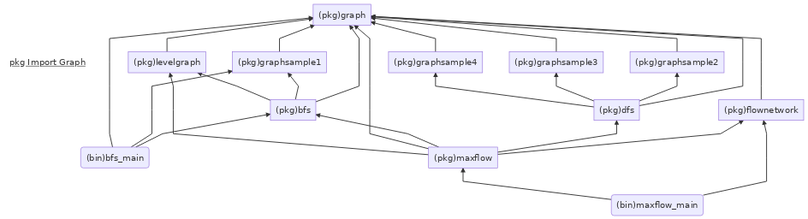
wangyoucao577/algorithms_practice keeps this Mermaid diagram as golang_pkg_import_graph.mmd.png. Above is the earlier version. Its source is kept beside it as golang_pkg_import_graph.mmd.
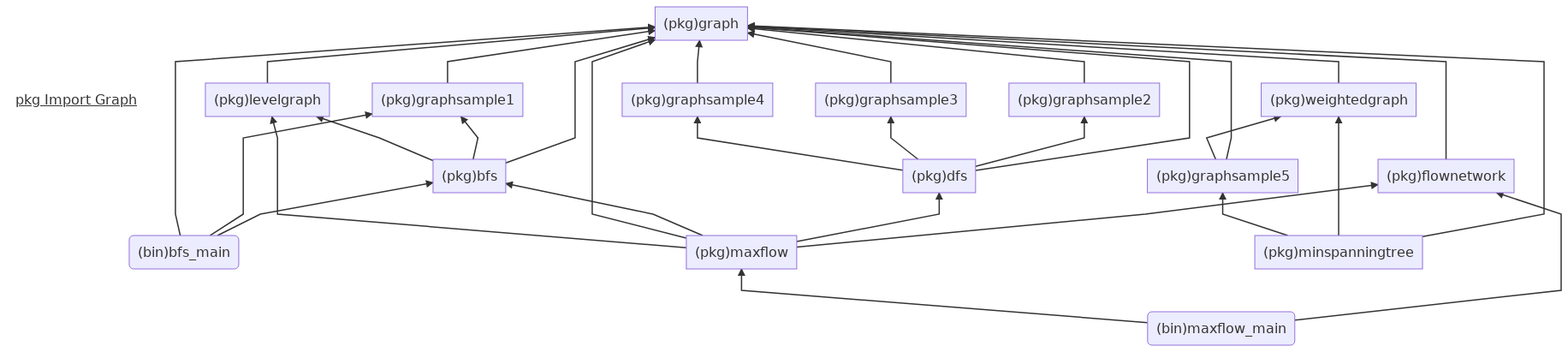
The same file after the commit.

Commit message:
update weightedgraph, graphsample5, minspanningtree into the graph picture

Diff of the diagram source:
```diff
@@ -13,6 +13,11 @@
 pkggraphsample4["(pkg)graphsample4"] --> pkggraph
 
 pkglevelgraph["(pkg)levelgraph"] --> pkggraph
+pkgweightedgraph["(pkg)weightedgraph"] --> pkggraph
+
+pkggraphsample5["(pkg)graphsample5"] --> pkggraph
+pkggraphsample5["(pkg)graphsample5"] --> pkgweightedgraph
+
 
 pkgbfs["(pkg)bfs"] --> pkggraph
 pkgbfs --> pkggraphsample1
@@ -39,3 +44,8 @@
 maxflow_main("(bin)maxflow_main") --> pkgflownetwork
 maxflow_main("(bin)maxflow_main") --> pkgmaxflow
 
+pkgminspanningtree["(pkg)minspanningtree"] --> pkggraph
+pkgminspanningtree --> pkgweightedgraph
+pkgminspanningtree --> pkggraphsample5
+
+
```
